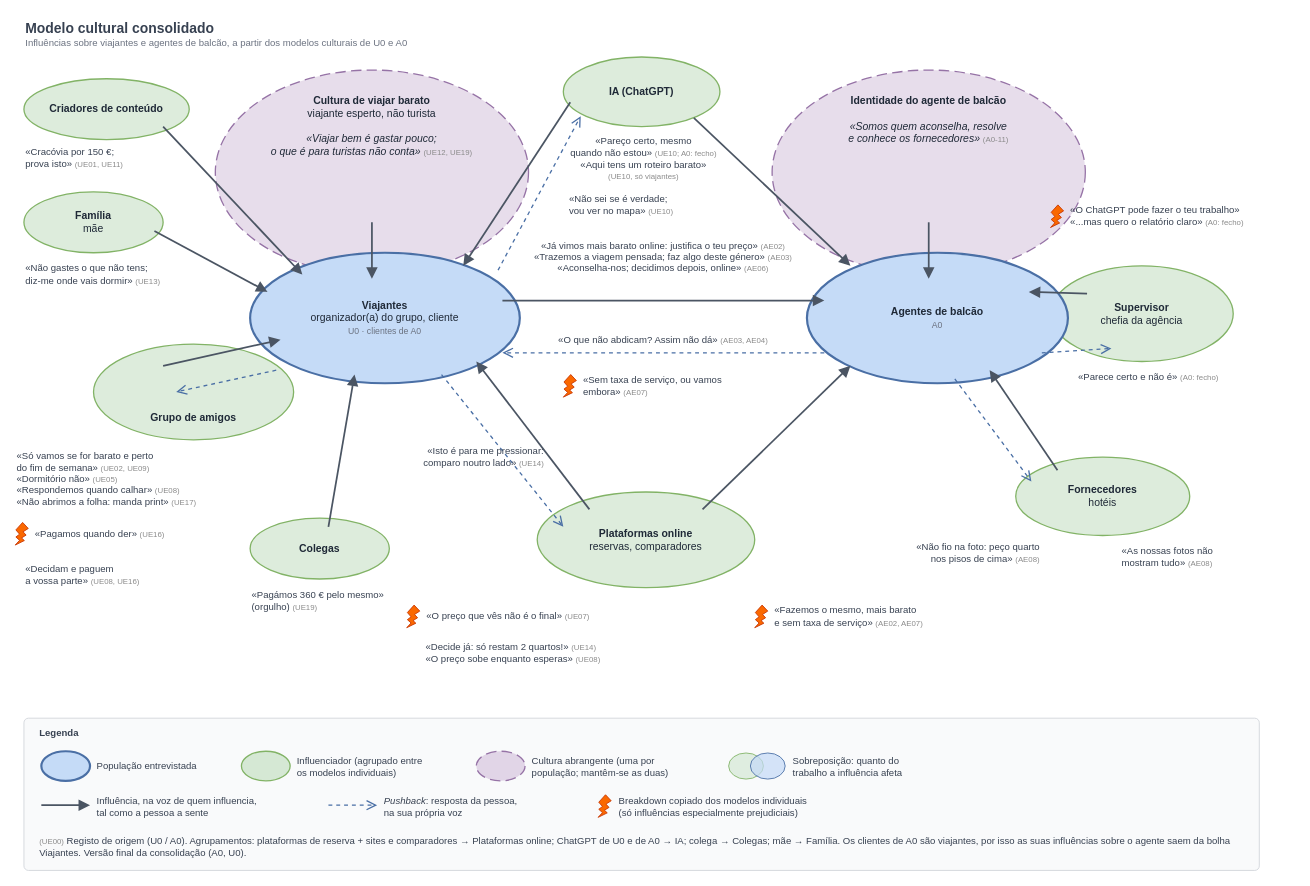
Above: DOCS/work_models/cultural_models/consolidado/CulturalConsolidado.drawio in TiagoSilva35/Roamly (draw.io), before the change. Source tidied: cells renumbered, new cells numbered last; positions are measured from the earlier drawing's top-left corner, leaving out a move shared by most shapes. Both pictures are drawn from the tidied source at 87%, with x=0, y=0 at pixel (15, 15).
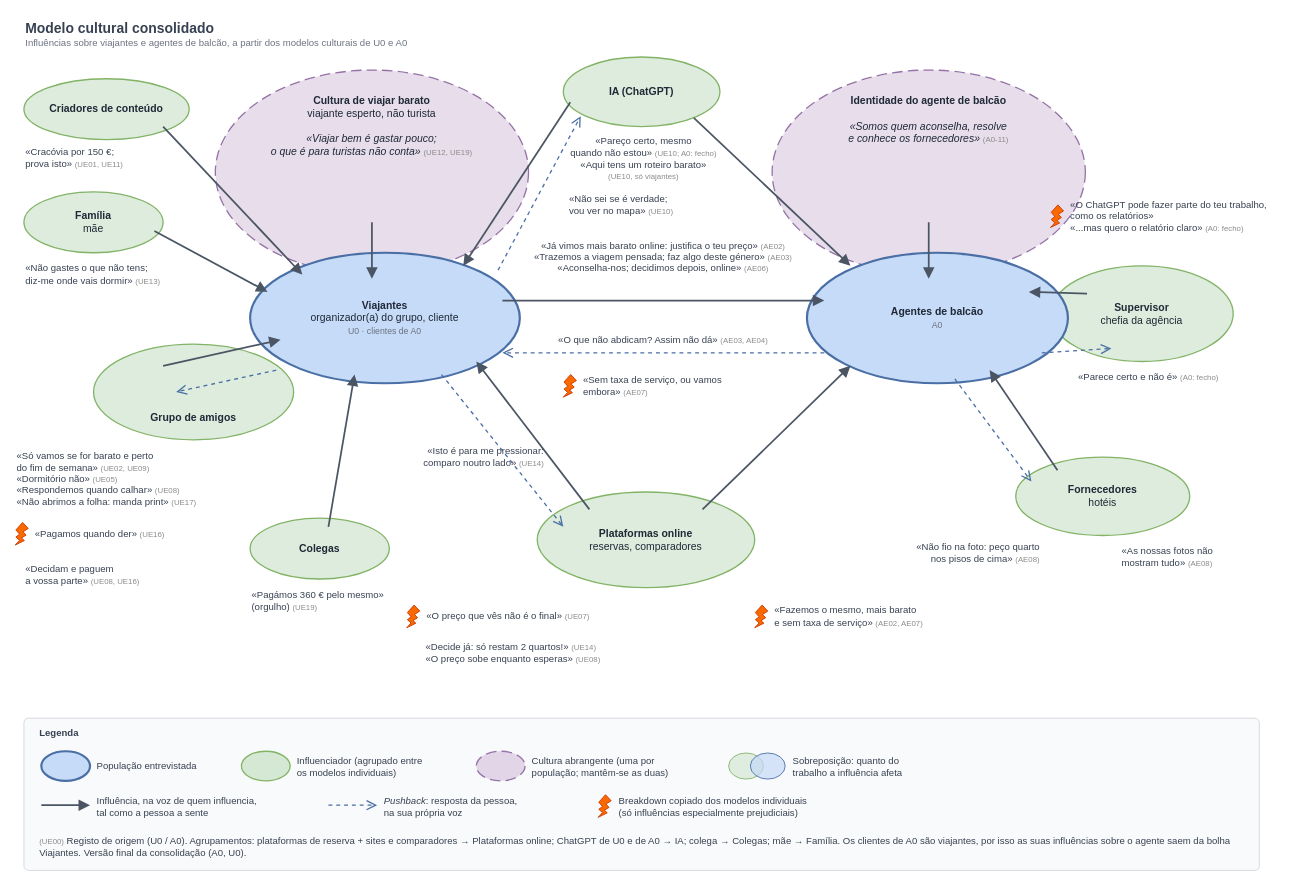
The same page after the edit.

Diff of the diagram source:
```diff
@@
-    <mxCell id="51" value="«O ChatGPT pode fazer o teu trabalho»&lt;br&gt;«...mas quero o relatório claro» &lt;font color=&quot;#8A8A8A&quot; style=&quot;font-size:9px&quot;&gt;(A0: fecho)&lt;/font&gt;" style="text;html=1;whiteSpace=wrap;strokeColor=none;fillColor=none;verticalAlign=middle;fontFamily=Helvetica;fontSize=11;fontColor=#374151;align=left;" parent="1" vertex="1">
+    <mxCell id="51" value="«O ChatGPT pode fazer parte do teu trabalho,&lt;br&gt;como os relatórios»&lt;br&gt;«...mas quero o relatório claro» &lt;font color=&quot;#8A8A8A&quot; style=&quot;font-size:9px&quot;&gt;(A0: fecho)&lt;/font&gt;" style="text;html=1;whiteSpace=wrap;strokeColor=none;fillColor=none;verticalAlign=middle;fontFamily=Helvetica;fontSize=11;fontColor=#374151;align=left;" parent="1" vertex="1">
       <mxGeometry x="1211" y="214" width="260" height="34" as="geometry" />
     </mxCell>
```
